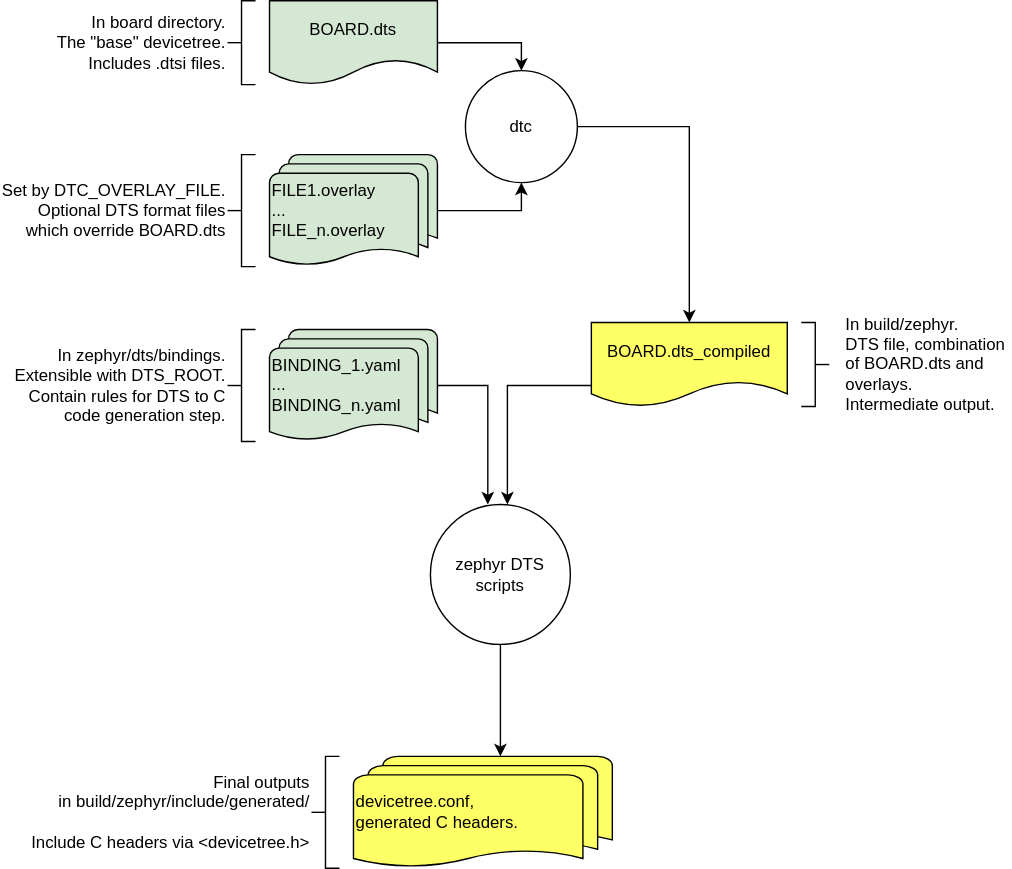
Earlier version of the draw.io export doc/guides/dts/zephyr_dt_inputs_outputs.svg (phytec/zephyr-phytec). Source tidied: cells renumbered, new cells last; positions are measured from the earlier drawing's top-left corner, leaving out a move shared by most shapes.
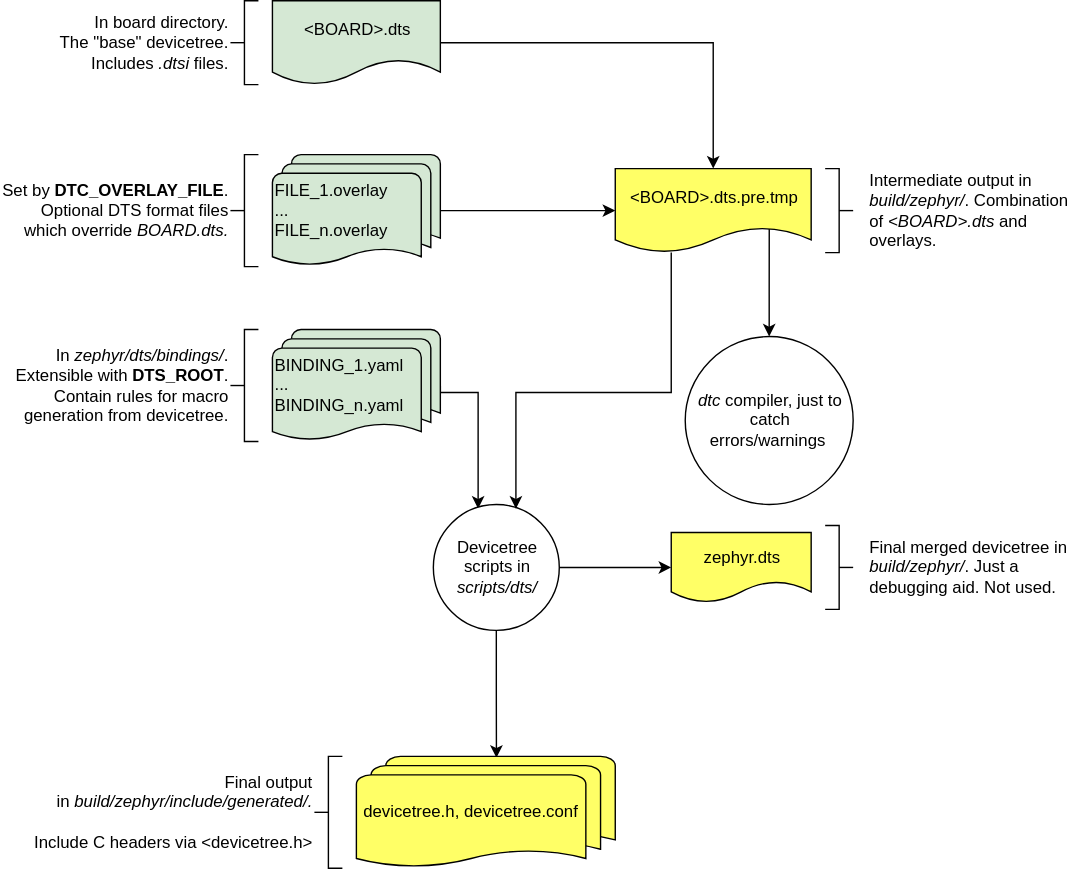
Above is the later version.

Commit message:
doc: devicetree: Update outdated diagram and mention zephyr.dts

The edit, as a diff of the source:
```diff
@@ -2,66 +2,84 @@
   <root>
     <mxCell id="0" />
     <mxCell id="1" parent="0" />
-    <mxCell id="2" style="edgeStyle=orthogonalEdgeStyle;rounded=0;jettySize=auto;html=1;exitX=1;exitY=0.5;exitDx=0;exitDy=0;exitPerimeter=0;entryX=0.5;entryY=1;entryDx=0;entryDy=0;" parent="1" edge="1" source="3" target="7">
-      <mxGeometry relative="1" as="geometry" />
-    </mxCell>
+    <mxCell id="21" style="edgeStyle=orthogonalEdgeStyle;rounded=0;jettySize=auto;html=1;" parent="1" edge="1" source="3" target="27">
+      <mxGeometry relative="1" as="geometry" />
+    </mxCell>
-    <mxCell id="3" value="&lt;div&gt;FILE1.overlay&lt;/div&gt;&lt;div&gt;...&lt;/div&gt;&lt;div&gt;FILE_n.overlay&lt;br&gt;&lt;/div&gt;" style="strokeWidth=1;html=1;shape=mxgraph.flowchart.multi-document;whiteSpace=wrap;shadow=0;align=left;fillColor=#d5e8d4;strokeColor=#000000;" parent="1" vertex="1">
+    <mxCell id="3" value="&lt;div&gt;FILE_1.overlay&lt;/div&gt;&lt;div&gt;...&lt;/div&gt;&lt;div&gt;FILE_n.overlay&lt;br&gt;&lt;/div&gt;" style="strokeWidth=1;html=1;shape=mxgraph.flowchart.multi-document;whiteSpace=wrap;shadow=0;align=left;fillColor=#d5e8d4;strokeColor=#000000;" parent="1" vertex="1">
       <mxGeometry x="30" y="110" width="120" height="80" as="geometry" />
     </mxCell>
-    <mxCell id="4" value="&lt;div&gt;Set by DTC_OVERLAY_FILE.&lt;/div&gt;&lt;div&gt;Optional DTS format files&lt;/div&gt;&lt;div&gt;which override BOARD.dts&lt;br&gt;&lt;/div&gt;" style="strokeWidth=1;html=1;shape=mxgraph.flowchart.annotation_2;align=right;labelPosition=left;shadow=0;" parent="1" vertex="1">
+    <mxCell id="4" value="&lt;div&gt;Set by &lt;b&gt;DTC_OVERLAY_FILE&lt;/b&gt;.&lt;/div&gt;&lt;div&gt;Optional DTS format files&lt;/div&gt;&lt;div&gt;which override &lt;i&gt;BOARD.dts.&lt;/i&gt;&lt;br&gt;&lt;/div&gt;" style="strokeWidth=1;html=1;shape=mxgraph.flowchart.annotation_2;align=right;labelPosition=left;shadow=0;" parent="1" vertex="1">
       <mxGeometry y="110" width="20" height="80" as="geometry" />
     </mxCell>
-    <mxCell id="5" value="&lt;div&gt;In  board directory.&lt;/div&gt;The &quot;base&quot; devicetree.&lt;div&gt;Includes .dtsi files.&lt;br&gt;&lt;/div&gt;" style="strokeWidth=1;html=1;shape=mxgraph.flowchart.annotation_2;align=right;labelPosition=left;shadow=0;" parent="1" vertex="1">
+    <mxCell id="5" value="&lt;div&gt;In  board directory.&lt;/div&gt;The &quot;base&quot; devicetree.&lt;div&gt;Includes &lt;i&gt;.dtsi&lt;/i&gt; files.&lt;br&gt;&lt;/div&gt;" style="strokeWidth=1;html=1;shape=mxgraph.flowchart.annotation_2;align=right;labelPosition=left;shadow=0;" parent="1" vertex="1">
       <mxGeometry width="20" height="60" as="geometry" />
     </mxCell>
-    <mxCell id="6" style="edgeStyle=orthogonalEdgeStyle;rounded=0;jettySize=auto;html=1;exitX=1;exitY=0.5;exitDx=0;exitDy=0;" parent="1" edge="1" source="7" target="16">
-      <mxGeometry relative="1" as="geometry" />
-    </mxCell>
-    <mxCell id="7" value="dtc " style="ellipse;whiteSpace=wrap;html=1;shadow=0;strokeWidth=1;" parent="1" vertex="1">
-      <mxGeometry x="170" y="50" width="80" height="80" as="geometry" />
-    </mxCell>
-    <mxCell id="8" style="edgeStyle=orthogonalEdgeStyle;rounded=0;jettySize=auto;html=1;exitX=1;exitY=0.5;exitDx=0;exitDy=0;entryX=0.5;entryY=0;entryDx=0;entryDy=0;" parent="1" edge="1" source="9" target="7">
-      <mxGeometry relative="1" as="geometry" />
-    </mxCell>
+    <mxCell id="22" style="edgeStyle=orthogonalEdgeStyle;rounded=0;jettySize=auto;html=1;entryX=0.5;entryY=0;entryDx=0;entryDy=0;" parent="1" edge="1" source="9" target="27">
+      <mxGeometry relative="1" as="geometry" />
+    </mxCell>
-    <mxCell id="9" value="BOARD.dts" style="shape=document;whiteSpace=wrap;html=1;boundedLbl=1;shadow=0;strokeWidth=1;fillColor=#d5e8d4;strokeColor=#000000;" parent="1" vertex="1">
+    <mxCell id="9" value="&amp;lt;BOARD&amp;gt;.dts" style="shape=document;whiteSpace=wrap;html=1;boundedLbl=1;shadow=0;strokeWidth=1;fillColor=#d5e8d4;strokeColor=#000000;" parent="1" vertex="1">
       <mxGeometry x="30" width="120" height="60" as="geometry" />
     </mxCell>
-    <mxCell id="10" style="edgeStyle=orthogonalEdgeStyle;rounded=0;jettySize=auto;html=1;exitX=1;exitY=0.5;exitDx=0;exitDy=0;exitPerimeter=0;entryX=0.41;entryY=0;entryDx=0;entryDy=0;entryPerimeter=0;" parent="1" edge="1" source="11" target="14">
-      <mxGeometry relative="1" as="geometry" />
+    <mxCell id="10" style="edgeStyle=orthogonalEdgeStyle;rounded=0;jettySize=auto;html=1;exitX=1;exitY=0.5;exitDx=0;exitDy=0;exitPerimeter=0;entryX=0.356;entryY=0.033;entryDx=0;entryDy=0;entryPerimeter=0;" parent="1" edge="1" source="11" target="14">
+      <mxGeometry relative="1" as="geometry">
+        <Array as="points">
+          <mxPoint x="150" y="280" />
+          <mxPoint x="177" y="280" />
+        </Array>
+      </mxGeometry>
     </mxCell>
     <mxCell id="11" value="&lt;div&gt;BINDING_1.yaml&lt;/div&gt;&lt;div&gt;...&lt;/div&gt;&lt;div&gt;BINDING_n.yaml&lt;br&gt;&lt;/div&gt;" style="strokeWidth=1;html=1;shape=mxgraph.flowchart.multi-document;whiteSpace=wrap;shadow=0;align=left;fillColor=#D5E8D4;strokeColor=#000000;" parent="1" vertex="1">
       <mxGeometry x="30" y="235" width="120" height="80" as="geometry" />
     </mxCell>
-    <mxCell id="12" value="&lt;div&gt;In zephyr/dts/bindings.&lt;/div&gt;&lt;div&gt;Extensible with DTS_ROOT.&lt;/div&gt;&lt;div&gt;Contain rules for DTS to C&lt;/div&gt;&lt;div&gt;code generation step.&lt;br&gt;&lt;/div&gt;" style="strokeWidth=1;html=1;shape=mxgraph.flowchart.annotation_2;align=right;labelPosition=left;shadow=0;" parent="1" vertex="1">
+    <mxCell id="12" value="&lt;div&gt;In &lt;i&gt;zephyr/dts/bindings/&lt;/i&gt;.&lt;/div&gt;&lt;div&gt;Extensible with &lt;b&gt;DTS_ROOT&lt;/b&gt;.&lt;/div&gt;&lt;div&gt;Contain rules for macro&lt;/div&gt;&lt;div&gt;generation from devicetree.&lt;/div&gt;" style="strokeWidth=1;html=1;shape=mxgraph.flowchart.annotation_2;align=right;labelPosition=left;shadow=0;" parent="1" vertex="1">
       <mxGeometry y="235" width="20" height="80" as="geometry" />
     </mxCell>
-    <mxCell id="13" style="edgeStyle=orthogonalEdgeStyle;rounded=0;jettySize=auto;html=1;exitX=0.5;exitY=1;exitDx=0;exitDy=0;entryX=0.5;entryY=0;entryDx=0;entryDy=0;entryPerimeter=0;" parent="1" edge="1" source="14">
-      <mxGeometry relative="1" as="geometry">
-        <mxPoint x="195" y="540" as="targetPoint" />
-      </mxGeometry>
-    </mxCell>
+    <mxCell id="23" style="edgeStyle=orthogonalEdgeStyle;rounded=0;jettySize=auto;html=1;" parent="1" edge="1" source="14" target="28">
+      <mxGeometry relative="1" as="geometry" />
+    </mxCell>
+    <mxCell id="24" style="edgeStyle=orthogonalEdgeStyle;rounded=0;jettySize=auto;html=1;entryX=0.541;entryY=0.013;entryDx=0;entryDy=0;entryPerimeter=0;" parent="1" edge="1" source="14" target="20">
+      <mxGeometry relative="1" as="geometry" />
+    </mxCell>
-    <mxCell id="14" value="&lt;div&gt;zephyr DTS&lt;/div&gt;&lt;div&gt;scripts&lt;br&gt;&lt;/div&gt;" style="ellipse;whiteSpace=wrap;html=1;shadow=0;strokeWidth=1;align=center;" parent="1" vertex="1">
-      <mxGeometry x="145" y="360" width="100" height="100" as="geometry" />
+    <mxCell id="14" value="&lt;div&gt;Devicetree scripts in &lt;i&gt;scripts/dts/&lt;/i&gt;&lt;/div&gt;" style="ellipse;whiteSpace=wrap;html=1;shadow=0;strokeWidth=1;align=center;" parent="1" vertex="1">
+      <mxGeometry x="145" y="360" width="90" height="90" as="geometry" />
     </mxCell>
-    <mxCell id="15" style="edgeStyle=orthogonalEdgeStyle;rounded=0;jettySize=auto;html=1;exitX=0;exitY=0.75;exitDx=0;exitDy=0;" parent="1" edge="1" source="16">
-      <mxGeometry relative="1" as="geometry">
-        <mxPoint x="200" y="360" as="targetPoint" />
-      </mxGeometry>
-    </mxCell>
-    <mxCell id="16" value="&lt;div&gt;BOARD.dts_compiled&lt;br&gt;&lt;/div&gt;" style="shape=document;whiteSpace=wrap;html=1;boundedLbl=1;shadow=0;strokeWidth=1;labelBorderColor=none;labelBackgroundColor=none;fillColor=#FFFF66;" parent="1" vertex="1">
-      <mxGeometry x="260" y="230" width="140" height="60" as="geometry" />
-    </mxCell>
     <mxCell id="17" style="strokeWidth=1;html=1;shape=mxgraph.flowchart.annotation_2;align=left;labelPosition=right;shadow=0;direction=west;" parent="1" vertex="1">
-      <mxGeometry x="410" y="230" width="20" height="60" as="geometry" />
+      <mxGeometry x="425" y="120" width="20" height="60" as="geometry" />
     </mxCell>
-    <mxCell id="18" value="&lt;div&gt;In build/zephyr.&lt;/div&gt;&lt;div&gt;DTS file, combination of BOARD.dts and overlays.&lt;/div&gt;&lt;div&gt;Intermediate output.&lt;br&gt;&lt;/div&gt;" style="text;html=1;strokeColor=none;fillColor=none;align=left;verticalAlign=middle;whiteSpace=wrap;rounded=0;shadow=0;" parent="1" vertex="1">
-      <mxGeometry x="440" y="250" width="120" height="20" as="geometry" />
+    <mxCell id="18" value="&lt;div&gt;Intermediate output in &lt;i&gt;build/zephyr/&lt;/i&gt;.&amp;nbsp;Combination of &lt;i&gt;&amp;lt;BOARD&amp;gt;.dts&lt;/i&gt; and overlays.&lt;/div&gt;" style="text;html=1;strokeColor=none;fillColor=none;align=left;verticalAlign=middle;whiteSpace=wrap;rounded=0;shadow=0;" parent="1" vertex="1">
+      <mxGeometry x="455" y="140" width="150" height="20" as="geometry" />
     </mxCell>
-    <mxCell id="19" value="&lt;div&gt;Final outputs&lt;br&gt;&lt;/div&gt;&lt;div&gt;in build/zephyr/include/generated/&lt;/div&gt;&lt;div&gt;&lt;br&gt;&lt;/div&gt;&lt;div&gt;Include C headers via&amp;nbsp;&lt;span&gt;&amp;lt;devicetree.h&amp;gt;&lt;/span&gt;&lt;/div&gt;" style="strokeWidth=1;html=1;shape=mxgraph.flowchart.annotation_2;align=right;labelPosition=left;shadow=0;" parent="1" vertex="1">
+    <mxCell id="19" value="&lt;div&gt;Final output&lt;br&gt;&lt;/div&gt;&lt;div&gt;in &lt;i&gt;build/zephyr/include/generated/.&lt;/i&gt;&lt;/div&gt;&lt;div&gt;&lt;br&gt;&lt;/div&gt;&lt;div&gt;Include C headers via&amp;nbsp;&lt;span&gt;&amp;lt;devicetree.h&amp;gt;&lt;/span&gt;&lt;/div&gt;" style="strokeWidth=1;html=1;shape=mxgraph.flowchart.annotation_2;align=right;labelPosition=left;shadow=0;" parent="1" vertex="1">
       <mxGeometry x="60" y="540" width="20" height="80" as="geometry" />
     </mxCell>
-    <mxCell id="20" value="&lt;div&gt;devicetree.conf,&lt;/div&gt;&lt;div&gt;generated C headers.&lt;br&gt;&lt;/div&gt;" style="strokeWidth=1;html=1;shape=mxgraph.flowchart.multi-document;whiteSpace=wrap;shadow=0;align=left;fillColor=#FFFF66;strokeColor=#000000;" parent="1" vertex="1">
+    <mxCell id="20" value="&lt;div&gt;&amp;nbsp;devicetree.h, devicetree.conf&lt;/div&gt;" style="strokeWidth=1;html=1;shape=mxgraph.flowchart.multi-document;whiteSpace=wrap;shadow=0;align=left;fillColor=#FFFF66;strokeColor=#000000;" parent="1" vertex="1">
       <mxGeometry x="90" y="540" width="185" height="80" as="geometry" />
     </mxCell>
+    <mxCell id="25" style="edgeStyle=orthogonalEdgeStyle;rounded=0;jettySize=auto;html=1;entryX=0.656;entryY=0.033;entryDx=0;entryDy=0;entryPerimeter=0;" parent="1" edge="1" source="27" target="14">
+      <mxGeometry relative="1" as="geometry">
+        <Array as="points">
+          <mxPoint x="315" y="280" />
+          <mxPoint x="204" y="280" />
+        </Array>
+      </mxGeometry>
+    </mxCell>
+    <mxCell id="26" style="edgeStyle=orthogonalEdgeStyle;rounded=0;jettySize=auto;html=1;entryX=0.5;entryY=0;entryDx=0;entryDy=0;exitX=0.786;exitY=0.717;exitDx=0;exitDy=0;exitPerimeter=0;" parent="1" edge="1" source="27" target="31">
+      <mxGeometry relative="1" as="geometry" />
+    </mxCell>
+    <mxCell id="27" value="&lt;div&gt;&amp;lt;BOARD&amp;gt;.dts.pre.tmp&lt;br&gt;&lt;/div&gt;" style="shape=document;whiteSpace=wrap;html=1;boundedLbl=1;shadow=0;strokeWidth=1;labelBorderColor=none;labelBackgroundColor=none;fillColor=#FFFF66;" parent="1" vertex="1">
+      <mxGeometry x="275" y="120" width="140" height="60" as="geometry" />
+    </mxCell>
+    <mxCell id="28" value="&lt;div&gt;zephyr.dts&lt;br&gt;&lt;/div&gt;" style="shape=document;whiteSpace=wrap;html=1;boundedLbl=1;shadow=0;strokeWidth=1;labelBorderColor=none;labelBackgroundColor=none;fillColor=#FFFF66;" parent="1" vertex="1">
+      <mxGeometry x="315" y="380" width="100" height="50" as="geometry" />
+    </mxCell>
+    <mxCell id="29" style="strokeWidth=1;html=1;shape=mxgraph.flowchart.annotation_2;align=left;labelPosition=right;shadow=0;direction=west;" parent="1" vertex="1">
+      <mxGeometry x="425" y="375" width="20" height="60" as="geometry" />
+    </mxCell>
+    <mxCell id="30" value="Final merged devicetree in&lt;br&gt;&lt;i&gt;build/zephyr/&lt;/i&gt;. Just a debugging aid. Not used." style="text;html=1;strokeColor=none;fillColor=none;align=left;verticalAlign=middle;whiteSpace=wrap;rounded=0;shadow=0;" parent="1" vertex="1">
+      <mxGeometry x="455" y="395" width="150" height="20" as="geometry" />
+    </mxCell>
+    <mxCell id="31" value="&lt;div&gt;&lt;i&gt;dtc&lt;/i&gt;&amp;nbsp;compiler, just to catch errors/warnings&amp;nbsp;&lt;/div&gt;" style="ellipse;whiteSpace=wrap;html=1;shadow=0;strokeWidth=1;align=center;" parent="1" vertex="1">
+      <mxGeometry x="325" y="240" width="120" height="120" as="geometry" />
+    </mxCell>
   </root>
 </mxGraphModel>
```
